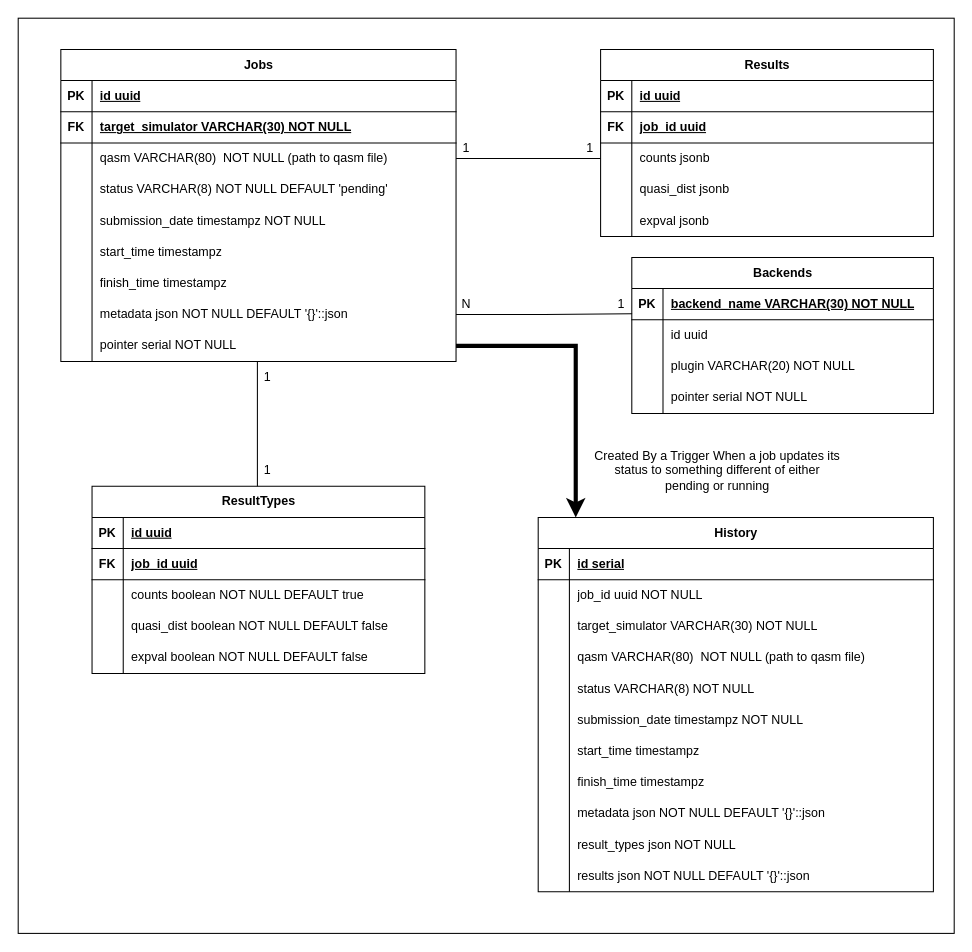
Before: assets/database.drawio in Dpbm/qserver, a draw.io diagram. Source tidied: cells renumbered, new cells numbered last; positions are measured from the earlier drawing's top-left corner, leaving out a move shared by most shapes. Both pictures are drawn from the tidied source at 104%, with x=0, y=0 at pixel (18, 18).
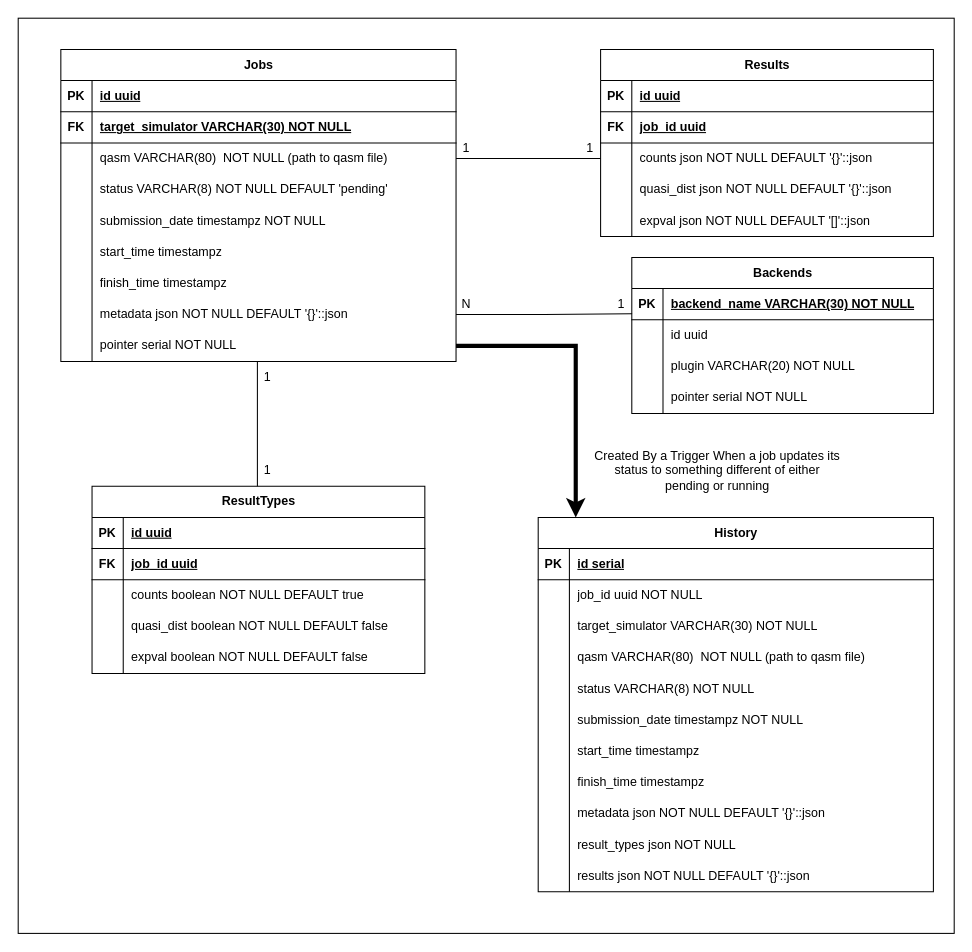
The same diagram, later.

The change refers to these unchanged cells:
```xml
<mxCell id="38" style="shape=tableRow;horizontal=0;startSize=0;swimlaneHead=0;swimlaneBody=0;fillColor=none;points=[[0,0.5],[1,0.5]];portConstraint=eastwest;top=0;left=0;right=0;bottom=0;" parent="31" vertex="1">
  <mxGeometry y="90" width="320" height="30" as="geometry" />
</mxCell>
<mxCell id="41" style="shape=tableRow;horizontal=0;startSize=0;swimlaneHead=0;swimlaneBody=0;fillColor=none;top=0;left=0;right=0;bottom=0;strokeColor=inherit;" parent="31" vertex="1">
  <mxGeometry y="120" width="320" height="30" as="geometry" />
</mxCell>
<mxCell id="44" style="shape=tableRow;horizontal=0;startSize=0;swimlaneHead=0;swimlaneBody=0;fillColor=none;top=0;left=0;right=0;bottom=0;" parent="31" vertex="1">
  <mxGeometry y="150" width="320" height="30" as="geometry" />
</mxCell>
```

Change to the diagram source:
```diff
@@
-    <mxCell id="40" value="counts jsonb" style="shape=partialRectangle;fillColor=none;top=0;left=0;bottom=0;right=0;align=left;spacingLeft=6;overflow=hidden;whiteSpace=wrap;html=1;fontStyle=0;strokeWidth=4;strokeColor=inherit;" parent="38" vertex="1">
+    <mxCell id="40" value="counts json NOT NULL DEFAULT '{}'::json" style="shape=partialRectangle;fillColor=none;top=0;left=0;bottom=0;right=0;align=left;spacingLeft=6;overflow=hidden;whiteSpace=wrap;html=1;fontStyle=0;strokeWidth=4;strokeColor=inherit;" parent="38" vertex="1">
       <mxGeometry x="30" width="290" height="30" as="geometry" />
     </mxCell>
@@
-    <mxCell id="43" value="quasi_dist jsonb" style="shape=partialRectangle;fillColor=none;top=0;left=0;bottom=0;right=0;align=left;spacingLeft=6;overflow=hidden;whiteSpace=wrap;html=1;fontStyle=0;strokeWidth=4;" parent="41" vertex="1">
+    <mxCell id="43" value="quasi_dist json NOT NULL DEFAULT '{}'::json" style="shape=partialRectangle;fillColor=none;top=0;left=0;bottom=0;right=0;align=left;spacingLeft=6;overflow=hidden;whiteSpace=wrap;html=1;fontStyle=0;strokeWidth=4;" parent="41" vertex="1">
       <mxGeometry x="30" width="290" height="30" as="geometry" />
     </mxCell>
@@
-    <mxCell id="46" value="expval&amp;nbsp;jsonb" style="shape=partialRectangle;fillColor=none;top=0;left=0;bottom=0;right=0;align=left;spacingLeft=6;overflow=hidden;whiteSpace=wrap;html=1;fontStyle=0;strokeWidth=4;" parent="44" vertex="1">
+    <mxCell id="46" value="expval&amp;nbsp;json NOT NULL DEFAULT '[]'::json" style="shape=partialRectangle;fillColor=none;top=0;left=0;bottom=0;right=0;align=left;spacingLeft=6;overflow=hidden;whiteSpace=wrap;html=1;fontStyle=0;strokeWidth=4;" parent="44" vertex="1">
       <mxGeometry x="30" width="290" height="30" as="geometry" />
     </mxCell>
```
